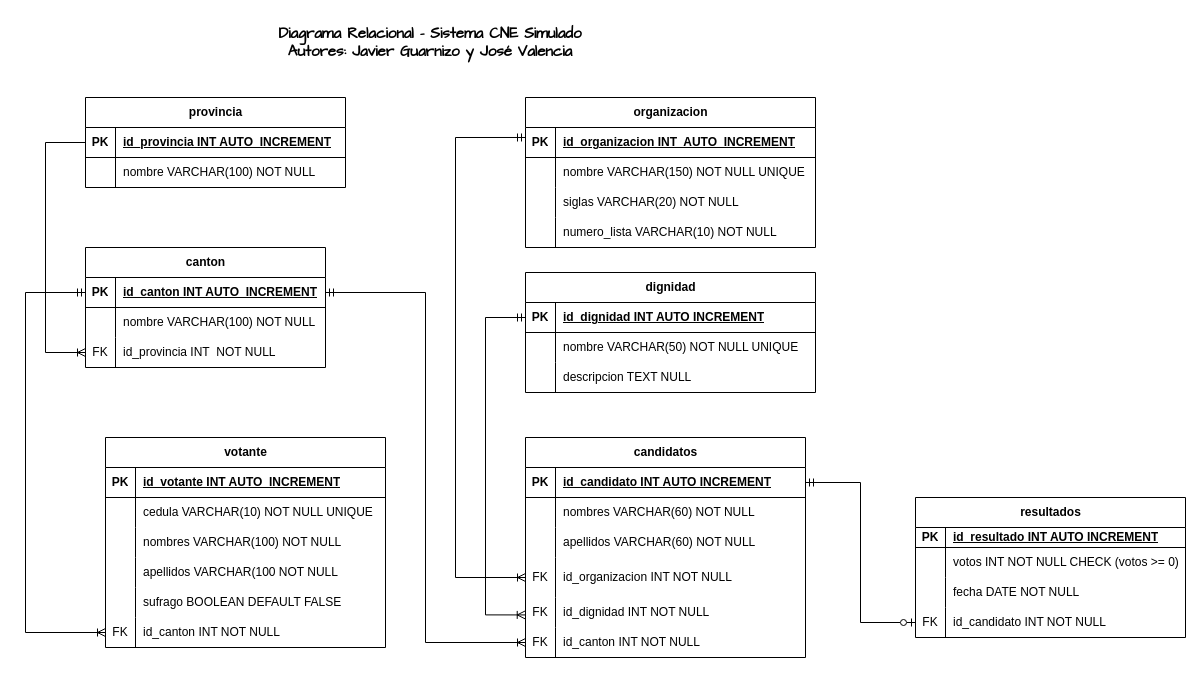
Earlier version of the draw.io diagram diagramas/cne_simulador_diagrama_relacional.drawio (TheJavier37/simulador-cne). Source tidied: cells renumbered, new cells numbered last; positions are measured from the earlier drawing's top-left corner, leaving out a move shared by most shapes. Both pictures are drawn from the tidied source at 100%, with x=0, y=0 at pixel (25, 17).
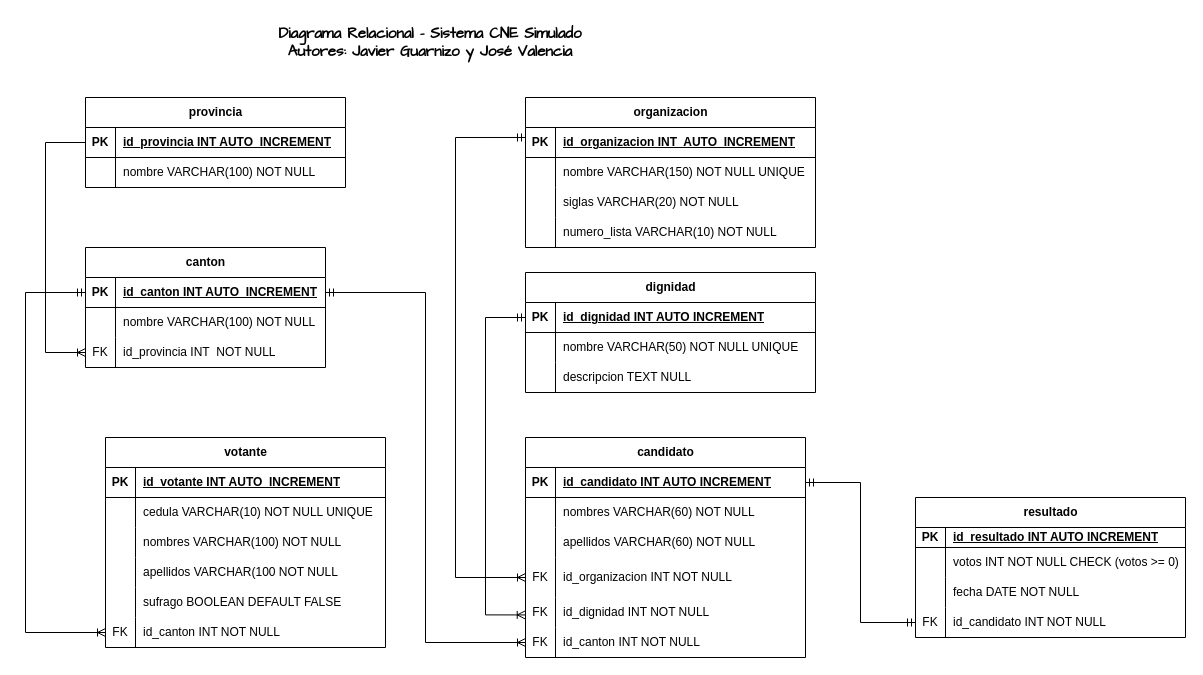
Above is the later version.

Commit message (it also covers changes not shown here):
Fix: Mejorando el diargrama relacional, todos nombres singulares y relacion de uno a uno entre candidato y resultado

The change refers to these unchanged cells:
```xml
<mxCell id="45" style="shape=tableRow;horizontal=0;startSize=0;swimlaneHead=0;swimlaneBody=0;fillColor=none;points=[[0,0.5],[1,0.5]];portConstraint=eastwest;top=0;left=0;right=0;bottom=1;" parent="44" vertex="1">
  <mxGeometry y="30" width="280" height="30" as="geometry" />
</mxCell>
<mxCell id="92" style="shape=tableRow;horizontal=0;startSize=0;swimlaneHead=0;swimlaneBody=0;fillColor=none;points=[[0,0.5],[1,0.5]];portConstraint=eastwest;top=0;left=0;right=0;bottom=0;" parent="82" vertex="1">
  <mxGeometry y="110" width="270" height="30" as="geometry" />
</mxCell>
```

Change to the diagram source:
```diff
@@
-    <mxCell id="44" value="candidatos" style="shape=table;startSize=30;childLayout=tableLayout;rowLines=0;fontStyle=1;align=center;html=1;" parent="1" vertex="1">
+    <mxCell id="44" value="candidato" style="shape=table;startSize=30;childLayout=tableLayout;rowLines=0;fontStyle=1;align=center;html=1;" parent="1" vertex="1">
       <mxGeometry x="500" y="420" width="280" height="220" as="geometry" />
     </mxCell>
@@
-    <mxCell id="82" value="resultados" style="shape=table;startSize=30;childLayout=tableLayout;rowLines=0;fontStyle=1;align=center;html=1;" parent="1" vertex="1">
+    <mxCell id="82" value="resultado" style="shape=table;startSize=30;childLayout=tableLayout;rowLines=0;fontStyle=1;align=center;html=1;" parent="1" vertex="1">
       <mxGeometry x="890" y="480" width="270" height="140" as="geometry" />
     </mxCell>
@@
-    <mxCell id="99" style="edgeStyle=orthogonalEdgeStyle;fontSize=12;html=1;endArrow=ERzeroToOne;startArrow=ERmandOne;rounded=0;defaultLabelBackgroundColor=page;labelPadding=0 4;entryX=0;entryY=0.5;entryDx=0;entryDy=0;exitX=1;exitY=0.5;exitDx=0;exitDy=0;endFill=0;" parent="1" edge="1" source="45" target="92">
+    <mxCell id="99" style="edgeStyle=orthogonalEdgeStyle;fontSize=12;html=1;endArrow=ERmandOne;startArrow=ERmandOne;rounded=0;defaultLabelBackgroundColor=page;labelPadding=0 4;entryX=0;entryY=0.5;entryDx=0;entryDy=0;exitX=1;exitY=0.5;exitDx=0;exitDy=0;endFill=1;" parent="1" edge="1" source="45" target="92">
       <mxGeometry relative="1" as="geometry" />
     </mxCell>
```
